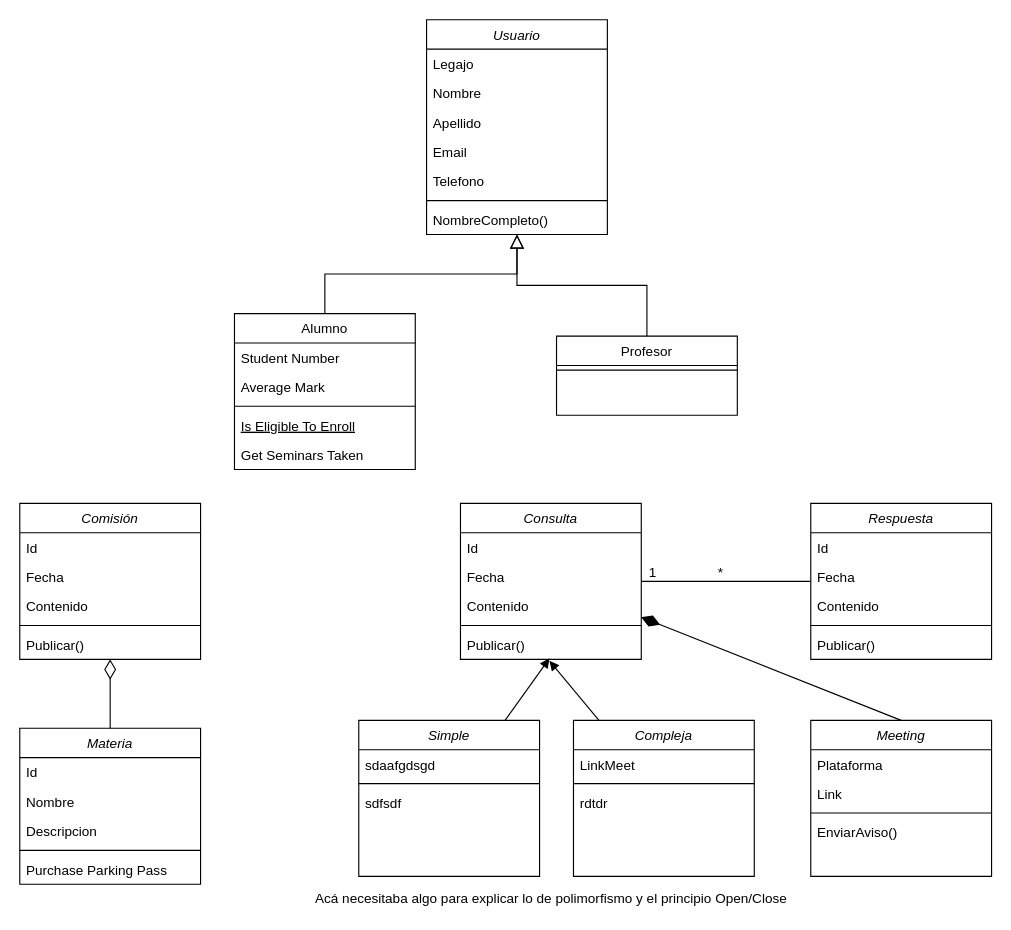
Above: docs/ModeloDeDominio.drawio in UTN-FRRO-TUP-Programacion3/ConsultaAlumnos (draw.io), before the change. Source tidied: cells renumbered, new cells numbered last; positions are measured from the earlier drawing's top-left corner, leaving out a move shared by most shapes. Both pictures are drawn from the tidied source at 113%, with x=0, y=0 at pixel (19, 19).
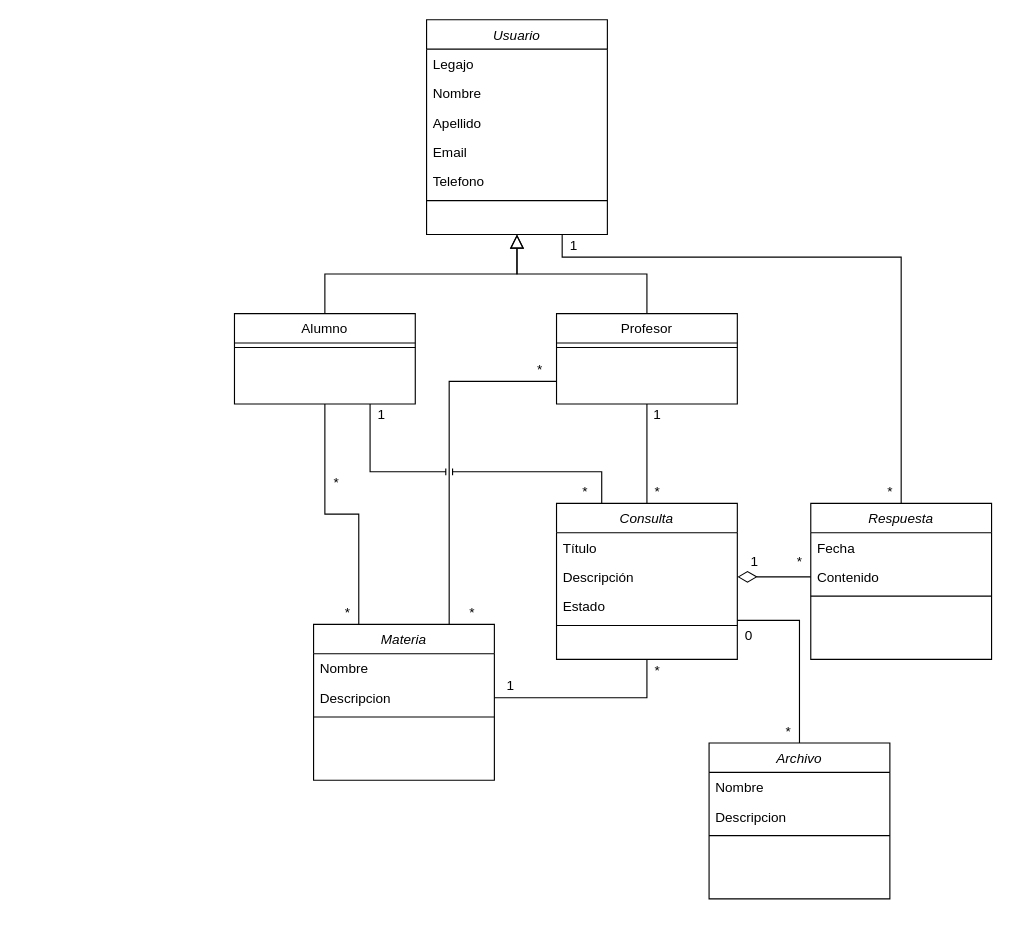
After the change.

Unchanged cells that the change refers to:
```xml
<mxCell id="2" value="Usuario" style="swimlane;fontStyle=2;align=center;verticalAlign=top;horizontal=1;startSize=26;rounded=0;shadow=0;strokeWidth=1;" parent="1" vertex="1">
  <mxGeometry x="360" width="160" height="190" as="geometry" />
</mxCell>
<mxCell id="34" value="Respuesta" style="swimlane;fontStyle=2;align=center;verticalAlign=top;horizontal=1;startSize=26;rounded=0;shadow=0;strokeWidth=1;" parent="1" vertex="1">
  <mxGeometry x="700" y="428" width="160" height="138" as="geometry" />
</mxCell>
```

Diff of the diagram source:
```diff
@@
-    <mxCell id="9" value="NombreCompleto()" style="text;align=left;verticalAlign=top;spacingLeft=4;spacingRight=4;overflow=hidden;" parent="2" vertex="1">
-      <mxGeometry y="164" width="160" height="26" as="geometry" />
-    </mxCell>
     <mxCell id="10" value="Alumno" style="swimlane;fontStyle=0;align=center;verticalAlign=top;horizontal=1;startSize=26;rounded=0;shadow=0;strokeWidth=1;" parent="1" vertex="1">
-      <mxGeometry x="190" y="260" width="160" height="138" as="geometry" />
+      <mxGeometry x="190" y="260" width="160" height="80" as="geometry" />
     </mxCell>
-    <mxCell id="11" value="Student Number" style="text;align=left;verticalAlign=top;spacingLeft=4;spacingRight=4;overflow=hidden;" parent="10" vertex="1">
-      <mxGeometry y="26" width="160" height="26" as="geometry" />
-    </mxCell>
-    <mxCell id="12" value="Average Mark" style="text;align=left;verticalAlign=top;spacingLeft=4;spacingRight=4;overflow=hidden;rounded=0;shadow=0;html=0;" parent="10" vertex="1">
-      <mxGeometry y="52" width="160" height="26" as="geometry" />
-    </mxCell>
     <mxCell id="13" style="line;html=1;strokeWidth=1;align=left;verticalAlign=middle;spacingTop=-1;spacingLeft=3;spacingRight=3;labelPosition=right;" parent="10" vertex="1">
-      <mxGeometry y="78" width="160" height="8" as="geometry" />
+      <mxGeometry y="26" width="160" height="8" as="geometry" />
     </mxCell>
-    <mxCell id="14" value="Is Eligible To Enroll" style="text;align=left;verticalAlign=top;spacingLeft=4;spacingRight=4;overflow=hidden;fontStyle=4;" parent="10" vertex="1">
-      <mxGeometry y="86" width="160" height="26" as="geometry" />
-    </mxCell>
-    <mxCell id="15" value="Get Seminars Taken" style="text;align=left;verticalAlign=top;spacingLeft=4;spacingRight=4;overflow=hidden;" parent="10" vertex="1">
-      <mxGeometry y="112" width="160" height="26" as="geometry" />
-    </mxCell>
@@
     <mxCell id="17" value="Profesor" style="swimlane;fontStyle=0;align=center;verticalAlign=top;horizontal=1;startSize=26;rounded=0;shadow=0;strokeWidth=1;" parent="1" vertex="1">
-      <mxGeometry x="475" y="280" width="160" height="70" as="geometry" />
+      <mxGeometry x="475" y="260" width="160" height="80" as="geometry" />
     </mxCell>
@@
     <mxCell id="20" value="Materia" style="swimlane;fontStyle=2;align=center;verticalAlign=top;horizontal=1;startSize=26;rounded=0;shadow=0;strokeWidth=1;" parent="1" vertex="1">
-      <mxGeometry y="627" width="160" height="138" as="geometry" />
+      <mxGeometry x="260" y="535" width="160" height="138" as="geometry" />
     </mxCell>
-    <mxCell id="21" value="Id" style="text;align=left;verticalAlign=top;spacingLeft=4;spacingRight=4;overflow=hidden;" parent="20" vertex="1">
-      <mxGeometry y="26" width="160" height="26" as="geometry" />
-    </mxCell>
     <mxCell id="22" value="Nombre" style="text;align=left;verticalAlign=top;spacingLeft=4;spacingRight=4;overflow=hidden;rounded=0;shadow=0;html=0;" parent="20" vertex="1">
-      <mxGeometry y="52" width="160" height="26" as="geometry" />
+      <mxGeometry y="26" width="160" height="26" as="geometry" />
     </mxCell>
     <mxCell id="23" value="Descripcion" style="text;align=left;verticalAlign=top;spacingLeft=4;spacingRight=4;overflow=hidden;points=[[0,0.5],[1,0.5]];portConstraint=eastwest;rounded=0;shadow=0;html=0;" parent="20" vertex="1">
-      <mxGeometry y="78" width="160" height="26" as="geometry" />
+      <mxGeometry y="52" width="160" height="26" as="geometry" />
     </mxCell>
     <mxCell id="24" style="line;html=1;strokeWidth=1;align=left;verticalAlign=middle;spacingTop=-1;spacingLeft=3;spacingRight=3;labelPosition=right;" parent="20" vertex="1">
-      <mxGeometry y="104" width="160" height="8" as="geometry" />
+      <mxGeometry y="78" width="160" height="8" as="geometry" />
     </mxCell>
-    <mxCell id="25" value="Purchase Parking Pass" style="text;align=left;verticalAlign=top;spacingLeft=4;spacingRight=4;overflow=hidden;" parent="20" vertex="1">
-      <mxGeometry y="112" width="160" height="26" as="geometry" />
-    </mxCell>
-    <mxCell id="26" style="rounded=0;jumpStyle=line;jettySize=auto;html=1;strokeColor=default;endArrow=none;endFill=0;" parent="1" edge="1" source="28" target="34">
-      <mxGeometry relative="1" as="geometry" />
-    </mxCell>
-    <mxCell id="27" style="edgeStyle=none;rounded=0;jumpStyle=line;jettySize=auto;html=1;entryX=0.5;entryY=0;entryDx=0;entryDy=0;startArrow=diamondThin;startFill=1;endArrow=none;endFill=0;startSize=15;sourcePerimeterSpacing=0;strokeColor=default;strokeWidth=1;" parent="1" edge="1" source="28" target="49">
-      <mxGeometry relative="1" as="geometry" />
-    </mxCell>
     <mxCell id="28" value="Consulta" style="swimlane;fontStyle=2;align=center;verticalAlign=top;horizontal=1;startSize=26;rounded=0;shadow=0;strokeWidth=1;" parent="1" vertex="1">
-      <mxGeometry x="390" y="428" width="160" height="138" as="geometry" />
+      <mxGeometry x="475" y="428" width="160" height="138" as="geometry" />
     </mxCell>
-    <mxCell id="29" value="Id" style="text;align=left;verticalAlign=top;spacingLeft=4;spacingRight=4;overflow=hidden;" parent="28" vertex="1">
-      <mxGeometry y="26" width="160" height="26" as="geometry" />
-    </mxCell>
-    <mxCell id="30" value="Fecha" style="text;align=left;verticalAlign=top;spacingLeft=4;spacingRight=4;overflow=hidden;rounded=0;shadow=0;html=0;" parent="28" vertex="1">
-      <mxGeometry y="52" width="160" height="26" as="geometry" />
+    <mxCell id="30" value="Título" style="text;align=left;verticalAlign=top;spacingLeft=4;spacingRight=4;overflow=hidden;rounded=0;shadow=0;html=0;" parent="28" vertex="1">
+      <mxGeometry y="26" width="160" height="26" as="geometry" />
     </mxCell>
-    <mxCell id="31" value="Contenido" style="text;align=left;verticalAlign=top;spacingLeft=4;spacingRight=4;overflow=hidden;points=[[0,0.5],[1,0.5]];portConstraint=eastwest;rounded=0;shadow=0;html=0;" parent="28" vertex="1">
-      <mxGeometry y="78" width="160" height="26" as="geometry" />
+    <mxCell id="31" value="Descripción" style="text;align=left;verticalAlign=top;spacingLeft=4;spacingRight=4;overflow=hidden;points=[[0,0.5],[1,0.5]];portConstraint=eastwest;rounded=0;shadow=0;html=0;" parent="28" vertex="1">
+      <mxGeometry y="52" width="160" height="26" as="geometry" />
     </mxCell>
+    <mxCell id="65" value="Estado" style="text;align=left;verticalAlign=top;spacingLeft=4;spacingRight=4;overflow=hidden;rounded=0;shadow=0;html=0;" parent="28" vertex="1">
+      <mxGeometry y="78" width="160" height="26" as="geometry" />
+    </mxCell>
@@
-    <mxCell id="33" value="Publicar()" style="text;align=left;verticalAlign=top;spacingLeft=4;spacingRight=4;overflow=hidden;points=[[0,0.5],[1,0.5]];portConstraint=eastwest;" parent="28" vertex="1">
-      <mxGeometry y="112" width="160" height="26" as="geometry" />
-    </mxCell>
@@
-    <mxCell id="35" value="Id" style="text;align=left;verticalAlign=top;spacingLeft=4;spacingRight=4;overflow=hidden;" parent="34" vertex="1">
-      <mxGeometry y="26" width="160" height="26" as="geometry" />
-    </mxCell>
     <mxCell id="36" value="Fecha" style="text;align=left;verticalAlign=top;spacingLeft=4;spacingRight=4;overflow=hidden;rounded=0;shadow=0;html=0;" parent="34" vertex="1">
-      <mxGeometry y="52" width="160" height="26" as="geometry" />
+      <mxGeometry y="26" width="160" height="26" as="geometry" />
     </mxCell>
     <mxCell id="37" value="Contenido" style="text;align=left;verticalAlign=top;spacingLeft=4;spacingRight=4;overflow=hidden;points=[[0,0.5],[1,0.5]];portConstraint=eastwest;rounded=0;shadow=0;html=0;" parent="34" vertex="1">
-      <mxGeometry y="78" width="160" height="26" as="geometry" />
+      <mxGeometry y="52" width="160" height="26" as="geometry" />
     </mxCell>
     <mxCell id="38" style="line;html=1;strokeWidth=1;align=left;verticalAlign=middle;spacingTop=-1;spacingLeft=3;spacingRight=3;labelPosition=right;" parent="34" vertex="1">
-      <mxGeometry y="104" width="160" height="8" as="geometry" />
+      <mxGeometry y="78" width="160" height="8" as="geometry" />
     </mxCell>
-    <mxCell id="39" value="Publicar()" style="text;align=left;verticalAlign=top;spacingLeft=4;spacingRight=4;overflow=hidden;" parent="34" vertex="1">
-      <mxGeometry y="112" width="160" height="26" as="geometry" />
-    </mxCell>
+    <mxCell id="66" style="group;" parent="1" vertex="1">
+      <mxGeometry x="640" y="470" width="50" height="20" as="geometry" />
+    </mxCell>
-    <mxCell id="40" value="1" style="text;html=1;align=center;verticalAlign=middle;strokeColor=none;fillColor=none;" parent="1" vertex="1">
-      <mxGeometry x="550" y="480" width="20" height="20" as="geometry" />
+    <mxCell id="40" value="1" style="text;html=1;align=center;verticalAlign=middle;strokeColor=none;fillColor=none;" parent="66" vertex="1">
+      <mxGeometry width="20" height="20" as="geometry" />
     </mxCell>
-    <mxCell id="41" value="*" style="text;html=1;align=center;verticalAlign=middle;strokeColor=none;fillColor=none;" parent="1" vertex="1">
-      <mxGeometry x="610" y="480" width="20" height="20" as="geometry" />
+    <mxCell id="41" value="*" style="text;html=1;align=center;verticalAlign=middle;strokeColor=none;fillColor=none;" parent="66" vertex="1">
+      <mxGeometry x="40" width="20" height="20" as="geometry" />
     </mxCell>
-    <mxCell id="42" style="edgeStyle=none;rounded=0;jumpStyle=line;jettySize=auto;html=1;entryX=0.5;entryY=0;entryDx=0;entryDy=0;startArrow=diamondThin;startFill=0;endArrow=none;endFill=0;startSize=15;sourcePerimeterSpacing=0;strokeColor=default;strokeWidth=1;" parent="1" edge="1" source="43" target="20">
+    <mxCell id="42" style="edgeStyle=none;rounded=0;jumpStyle=line;jettySize=auto;html=1;startArrow=diamondThin;startFill=0;endArrow=none;endFill=0;startSize=15;sourcePerimeterSpacing=0;strokeColor=default;strokeWidth=1;entryX=0;entryY=0.5;entryDx=0;entryDy=0;exitX=1;exitY=0.5;exitDx=0;exitDy=0;" parent="66" edge="1" source="31" target="37">
       <mxGeometry relative="1" as="geometry" />
     </mxCell>
-    <mxCell id="43" value="Comisión" style="swimlane;fontStyle=2;align=center;verticalAlign=top;horizontal=1;startSize=26;rounded=0;shadow=0;strokeWidth=1;" parent="1" vertex="1">
-      <mxGeometry y="428" width="160" height="138" as="geometry" />
-    </mxCell>
-    <mxCell id="44" value="Id" style="text;align=left;verticalAlign=top;spacingLeft=4;spacingRight=4;overflow=hidden;" parent="43" vertex="1">
-      <mxGeometry y="26" width="160" height="26" as="geometry" />
-    </mxCell>
-    <mxCell id="45" value="Fecha" style="text;align=left;verticalAlign=top;spacingLeft=4;spacingRight=4;overflow=hidden;rounded=0;shadow=0;html=0;" parent="43" vertex="1">
-      <mxGeometry y="52" width="160" height="26" as="geometry" />
-    </mxCell>
-    <mxCell id="46" value="Contenido" style="text;align=left;verticalAlign=top;spacingLeft=4;spacingRight=4;overflow=hidden;rounded=0;shadow=0;html=0;" parent="43" vertex="1">
-      <mxGeometry y="78" width="160" height="26" as="geometry" />
-    </mxCell>
-    <mxCell id="47" style="line;html=1;strokeWidth=1;align=left;verticalAlign=middle;spacingTop=-1;spacingLeft=3;spacingRight=3;labelPosition=right;" parent="43" vertex="1">
-      <mxGeometry y="104" width="160" height="8" as="geometry" />
-    </mxCell>
-    <mxCell id="48" value="Publicar()" style="text;align=left;verticalAlign=top;spacingLeft=4;spacingRight=4;overflow=hidden;" parent="43" vertex="1">
-      <mxGeometry y="112" width="160" height="26" as="geometry" />
-    </mxCell>
-    <mxCell id="49" value="Meeting" style="swimlane;fontStyle=2;align=center;verticalAlign=top;horizontal=1;startSize=26;rounded=0;shadow=0;strokeWidth=1;" parent="1" vertex="1">
-      <mxGeometry x="700" y="620" width="160" height="138" as="geometry" />
-    </mxCell>
-    <mxCell id="50" value="Plataforma" style="text;align=left;verticalAlign=top;spacingLeft=4;spacingRight=4;overflow=hidden;" parent="49" vertex="1">
-      <mxGeometry y="26" width="160" height="26" as="geometry" />
-    </mxCell>
-    <mxCell id="51" value="Link" style="text;align=left;verticalAlign=top;spacingLeft=4;spacingRight=4;overflow=hidden;rounded=0;shadow=0;html=0;" parent="49" vertex="1">
-      <mxGeometry y="52" width="160" height="26" as="geometry" />
-    </mxCell>
+    <mxCell id="67" value="*" style="text;html=1;align=center;verticalAlign=middle;strokeColor=none;fillColor=none;" parent="1" vertex="1">
+      <mxGeometry x="390" y="515" width="20" height="20" as="geometry" />
+    </mxCell>
+    <mxCell id="68" style="rounded=0;jumpStyle=line;jettySize=auto;html=1;strokeColor=default;endArrow=none;endFill=0;entryX=0.5;entryY=1;entryDx=0;entryDy=0;exitX=0.25;exitY=0;exitDx=0;exitDy=0;edgeStyle=orthogonalEdgeStyle;" parent="1" edge="1" source="20" target="10">
+      <mxGeometry relative="1" as="geometry" />
+    </mxCell>
+    <mxCell id="69" value="*" style="text;html=1;align=center;verticalAlign=middle;strokeColor=none;fillColor=none;" parent="1" vertex="1">
+      <mxGeometry x="270" y="400" width="20" height="20" as="geometry" />
+    </mxCell>
+    <mxCell id="70" value="*" style="text;html=1;align=center;verticalAlign=middle;strokeColor=none;fillColor=none;" parent="1" vertex="1">
+      <mxGeometry x="280" y="515" width="20" height="20" as="geometry" />
+    </mxCell>
+    <mxCell id="71" style="rounded=0;jumpStyle=line;jettySize=auto;html=1;strokeColor=default;endArrow=none;endFill=0;entryX=0.5;entryY=1;entryDx=0;entryDy=0;exitX=1;exitY=0.5;exitDx=0;exitDy=0;edgeStyle=orthogonalEdgeStyle;" parent="1" edge="1" source="23" target="28">
+      <mxGeometry relative="1" as="geometry" />
+    </mxCell>
+    <mxCell id="72" value="1" style="text;html=1;align=center;verticalAlign=middle;strokeColor=none;fillColor=none;" parent="1" vertex="1">
+      <mxGeometry x="424" y="580" width="20" height="20" as="geometry" />
+    </mxCell>
+    <mxCell id="73" value="*" style="text;html=1;align=center;verticalAlign=middle;strokeColor=none;fillColor=none;" parent="1" vertex="1">
+      <mxGeometry x="554" y="566" width="20" height="20" as="geometry" />
+    </mxCell>
+    <mxCell id="74" style="rounded=0;jumpStyle=line;jettySize=auto;html=1;strokeColor=default;endArrow=none;endFill=0;entryX=0.5;entryY=0;entryDx=0;entryDy=0;exitX=0.5;exitY=1;exitDx=0;exitDy=0;edgeStyle=orthogonalEdgeStyle;" parent="1" edge="1" source="17" target="28">
+      <mxGeometry relative="1" as="geometry" />
+    </mxCell>
+    <mxCell id="75" value="1" style="text;html=1;align=center;verticalAlign=middle;strokeColor=none;fillColor=none;" parent="1" vertex="1">
+      <mxGeometry x="554" y="340" width="20" height="20" as="geometry" />
+    </mxCell>
+    <mxCell id="76" value="*" style="text;html=1;align=center;verticalAlign=middle;strokeColor=none;fillColor=none;" parent="1" vertex="1">
+      <mxGeometry x="554" y="408" width="20" height="20" as="geometry" />
+    </mxCell>
+    <mxCell id="77" style="group;" parent="1" vertex="1">
+      <mxGeometry x="450" y="300" width="20" height="20" as="geometry" />
+    </mxCell>
+    <mxCell id="78" style="rounded=0;jumpStyle=line;jettySize=auto;html=1;strokeColor=default;endArrow=none;endFill=0;exitX=0;exitY=0.75;exitDx=0;exitDy=0;edgeStyle=orthogonalEdgeStyle;entryX=0.75;entryY=0;entryDx=0;entryDy=0;" parent="77" edge="1" source="17" target="20">
+      <mxGeometry relative="1" as="geometry" />
+    </mxCell>
+    <mxCell id="79" value="*" style="text;html=1;align=center;verticalAlign=middle;strokeColor=none;fillColor=none;" parent="77" vertex="1">
+      <mxGeometry width="20" height="20" as="geometry" />
+    </mxCell>
+    <mxCell id="80" style="rounded=0;jumpStyle=line;jettySize=auto;html=1;strokeColor=default;endArrow=none;endFill=0;entryX=0.25;entryY=0;entryDx=0;entryDy=0;exitX=0.75;exitY=1;exitDx=0;exitDy=0;edgeStyle=orthogonalEdgeStyle;" parent="1" edge="1" source="10" target="28">
+      <mxGeometry relative="1" as="geometry">
+        <Array as="points">
+          <mxPoint x="310" y="400" />
+          <mxPoint x="515" y="400" />
+        </Array>
+      </mxGeometry>
+    </mxCell>
+    <mxCell id="81" value="1" style="text;html=1;align=center;verticalAlign=middle;strokeColor=none;fillColor=none;" parent="1" vertex="1">
+      <mxGeometry x="310" y="340" width="20" height="20" as="geometry" />
+    </mxCell>
+    <mxCell id="82" value="*" style="text;html=1;align=center;verticalAlign=middle;strokeColor=none;fillColor=none;" parent="1" vertex="1">
+      <mxGeometry x="490" y="408" width="20" height="20" as="geometry" />
+    </mxCell>
+    <mxCell id="83" value="Archivo" style="swimlane;fontStyle=2;align=center;verticalAlign=top;horizontal=1;startSize=26;rounded=0;shadow=0;strokeWidth=1;" parent="1" vertex="1">
+      <mxGeometry x="610" y="640" width="160" height="138" as="geometry" />
+    </mxCell>
+    <mxCell id="84" value="Nombre" style="text;align=left;verticalAlign=top;spacingLeft=4;spacingRight=4;overflow=hidden;rounded=0;shadow=0;html=0;" parent="83" vertex="1">
+      <mxGeometry y="26" width="160" height="26" as="geometry" />
+    </mxCell>
+    <mxCell id="85" value="Descripcion" style="text;align=left;verticalAlign=top;spacingLeft=4;spacingRight=4;overflow=hidden;rounded=0;shadow=0;html=0;" parent="83" vertex="1">
+      <mxGeometry y="52" width="160" height="26" as="geometry" />
+    </mxCell>
-    <mxCell id="52" style="line;html=1;strokeWidth=1;align=left;verticalAlign=middle;spacingTop=-1;spacingLeft=3;spacingRight=3;labelPosition=right;" parent="49" vertex="1">
+    <mxCell id="52" style="line;html=1;strokeWidth=1;align=left;verticalAlign=middle;spacingTop=-1;spacingLeft=3;spacingRight=3;labelPosition=right;" parent="83" vertex="1">
       <mxGeometry y="78" width="160" height="8" as="geometry" />
     </mxCell>
-    <mxCell id="53" value="EnviarAviso()" style="text;align=left;verticalAlign=top;spacingLeft=4;spacingRight=4;overflow=hidden;" parent="49" vertex="1">
-      <mxGeometry y="86" width="160" height="26" as="geometry" />
-    </mxCell>
-    <mxCell id="54" style="edgeStyle=none;rounded=0;jumpStyle=line;jettySize=auto;html=1;entryX=0.492;entryY=0.966;entryDx=0;entryDy=0;startArrow=none;startFill=0;endArrow=block;endFill=1;startSize=15;sourcePerimeterSpacing=0;strokeColor=default;strokeWidth=1;entryPerimeter=0;" parent="1" edge="1" source="55" target="33">
-      <mxGeometry relative="1" as="geometry" />
-    </mxCell>
-    <mxCell id="55" value="Simple" style="swimlane;fontStyle=2;align=center;verticalAlign=top;horizontal=1;startSize=26;rounded=0;shadow=0;strokeWidth=1;" parent="1" vertex="1">
-      <mxGeometry x="300" y="620" width="160" height="138" as="geometry" />
-    </mxCell>
-    <mxCell id="56" value="sdaafgdsgd" style="text;align=left;verticalAlign=top;spacingLeft=4;spacingRight=4;overflow=hidden;rounded=0;shadow=0;html=0;" parent="55" vertex="1">
-      <mxGeometry y="26" width="160" height="26" as="geometry" />
-    </mxCell>
-    <mxCell id="57" style="line;html=1;strokeWidth=1;align=left;verticalAlign=middle;spacingTop=-1;spacingLeft=3;spacingRight=3;labelPosition=right;" parent="55" vertex="1">
-      <mxGeometry y="52" width="160" height="8" as="geometry" />
-    </mxCell>
-    <mxCell id="58" value="sdfsdf" style="text;align=left;verticalAlign=top;spacingLeft=4;spacingRight=4;overflow=hidden;" parent="55" vertex="1">
-      <mxGeometry y="60" width="160" height="26" as="geometry" />
-    </mxCell>
-    <mxCell id="59" style="edgeStyle=none;rounded=0;jumpStyle=line;jettySize=auto;html=1;entryX=0.492;entryY=1.051;entryDx=0;entryDy=0;entryPerimeter=0;startArrow=none;startFill=0;endArrow=block;endFill=1;startSize=15;sourcePerimeterSpacing=0;strokeColor=default;strokeWidth=1;" parent="1" edge="1" source="60" target="33">
-      <mxGeometry relative="1" as="geometry" />
-    </mxCell>
-    <mxCell id="60" value="Compleja" style="swimlane;fontStyle=2;align=center;verticalAlign=top;horizontal=1;startSize=26;rounded=0;shadow=0;strokeWidth=1;" parent="1" vertex="1">
-      <mxGeometry x="490" y="620" width="160" height="138" as="geometry" />
-    </mxCell>
-    <mxCell id="61" value="LinkMeet" style="text;align=left;verticalAlign=top;spacingLeft=4;spacingRight=4;overflow=hidden;" parent="60" vertex="1">
-      <mxGeometry y="26" width="160" height="26" as="geometry" />
-    </mxCell>
-    <mxCell id="62" style="line;html=1;strokeWidth=1;align=left;verticalAlign=middle;spacingTop=-1;spacingLeft=3;spacingRight=3;labelPosition=right;" parent="60" vertex="1">
-      <mxGeometry y="52" width="160" height="8" as="geometry" />
-    </mxCell>
-    <mxCell id="63" value="rdtdr" style="text;align=left;verticalAlign=top;spacingLeft=4;spacingRight=4;overflow=hidden;" parent="60" vertex="1">
-      <mxGeometry y="60" width="160" height="26" as="geometry" />
-    </mxCell>
-    <mxCell id="64" value="Acá necesitaba algo para explicar lo de polimorfismo y el principio Open/Close" style="text;html=1;align=center;verticalAlign=middle;strokeColor=none;fillColor=none;" parent="1" vertex="1">
-      <mxGeometry x="255" y="768" width="430" height="20" as="geometry" />
-    </mxCell>
+    <mxCell id="86" style="rounded=0;jumpStyle=line;jettySize=auto;html=1;strokeColor=default;endArrow=none;endFill=0;entryX=1;entryY=0.75;entryDx=0;entryDy=0;exitX=0.5;exitY=0;exitDx=0;exitDy=0;edgeStyle=orthogonalEdgeStyle;" parent="1" edge="1" source="83" target="28">
+      <mxGeometry relative="1" as="geometry" />
+    </mxCell>
+    <mxCell id="87" value="*" style="text;html=1;align=center;verticalAlign=middle;strokeColor=none;fillColor=none;" parent="1" vertex="1">
+      <mxGeometry x="670" y="620" width="20" height="20" as="geometry" />
+    </mxCell>
+    <mxCell id="88" value="0" style="text;html=1;align=center;verticalAlign=middle;strokeColor=none;fillColor=none;" parent="1" vertex="1">
+      <mxGeometry x="630" y="530" width="30" height="30" as="geometry" />
+    </mxCell>
+    <mxCell id="89" style="rounded=0;jumpStyle=line;jettySize=auto;html=1;strokeColor=default;endArrow=none;endFill=0;edgeStyle=orthogonalEdgeStyle;exitX=0.75;exitY=1;exitDx=0;exitDy=0;" parent="1" edge="1" source="2" target="34">
+      <mxGeometry relative="1" as="geometry">
+        <Array as="points">
+          <mxPoint x="480" y="210" />
+          <mxPoint x="780" y="210" />
+        </Array>
+      </mxGeometry>
+    </mxCell>
+    <mxCell id="90" value="1" style="text;html=1;align=center;verticalAlign=middle;strokeColor=none;fillColor=none;" parent="1" vertex="1">
+      <mxGeometry x="480" y="190" width="20" height="20" as="geometry" />
+    </mxCell>
+    <mxCell id="91" value="*" style="text;html=1;align=center;verticalAlign=middle;strokeColor=none;fillColor=none;" parent="1" vertex="1">
+      <mxGeometry x="760" y="408" width="20" height="20" as="geometry" />
+    </mxCell>
```
